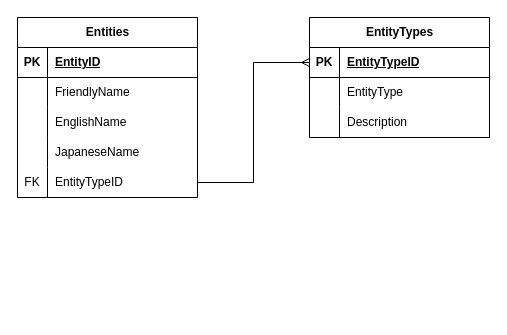
Earlier version of the draw.io diagram Manufacturer_Database.drawio (benstanfish/Diagrams). Source tidied: cells renumbered, new cells numbered last; positions are measured from the earlier drawing's top-left corner, leaving out a move shared by most shapes. Both pictures are drawn from the tidied source at 100%, with x=0, y=0 at pixel (17, 17).
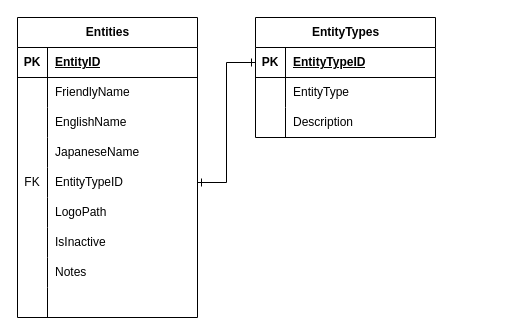
The same page after the edit.

The change refers to these unchanged cells:
```xml
<mxCell id="15" style="shape=tableRow;horizontal=0;startSize=0;swimlaneHead=0;swimlaneBody=0;fillColor=none;points=[[0,0.5],[1,0.5]];portConstraint=eastwest;top=0;left=0;right=0;bottom=0;" parent="2" vertex="1">
  <mxGeometry y="150" width="180" height="30" as="geometry" />
</mxCell>
<mxCell id="19" style="shape=tableRow;horizontal=0;startSize=0;swimlaneHead=0;swimlaneBody=0;fillColor=none;points=[[0,0.5],[1,0.5]];portConstraint=eastwest;top=0;left=0;right=0;bottom=1;strokeColor=default;align=center;verticalAlign=middle;fontFamily=Helvetica;fontSize=12;fontColor=default;fontStyle=1;" parent="18" vertex="1">
  <mxGeometry y="30" width="180" height="30" as="geometry" />
</mxCell>
```

The edit, as a diff of the source:
```diff
@@
     <mxCell id="2" value="Entities" style="shape=table;startSize=30;childLayout=tableLayout;rowLines=0;fontStyle=1;align=center;html=1;rounded=0;swimlaneLine=1;shadow=0;" parent="1" vertex="1">
-      <mxGeometry width="180" height="180" as="geometry" />
+      <mxGeometry width="180" height="300" as="geometry" />
     </mxCell>
@@
+    <mxCell id="29" style="shape=tableRow;horizontal=0;startSize=0;swimlaneHead=0;swimlaneBody=0;fillColor=none;top=0;left=0;right=0;bottom=0;" parent="2" vertex="1">
+      <mxGeometry y="180" width="180" height="30" as="geometry" />
+    </mxCell>
+    <mxCell id="30" style="shape=partialRectangle;fillColor=none;top=0;left=0;bottom=0;right=0;overflow=hidden;whiteSpace=wrap;html=1;" parent="29" vertex="1">
+      <mxGeometry width="30" height="30" as="geometry" />
+    </mxCell>
+    <mxCell id="31" value="LogoPath" style="shape=partialRectangle;fillColor=none;top=0;left=0;bottom=0;right=0;align=left;spacingLeft=6;overflow=hidden;whiteSpace=wrap;html=1;" parent="29" vertex="1">
+      <mxGeometry x="30" width="150" height="30" as="geometry" />
+    </mxCell>
+    <mxCell id="32" style="shape=tableRow;horizontal=0;startSize=0;swimlaneHead=0;swimlaneBody=0;fillColor=none;top=0;left=0;right=0;bottom=0;" parent="2" vertex="1">
+      <mxGeometry y="210" width="180" height="30" as="geometry" />
+    </mxCell>
+    <mxCell id="33" style="shape=partialRectangle;fillColor=none;top=0;left=0;bottom=0;right=0;overflow=hidden;whiteSpace=wrap;html=1;" parent="32" vertex="1">
+      <mxGeometry width="30" height="30" as="geometry" />
+    </mxCell>
+    <mxCell id="34" value="IsInactive" style="shape=partialRectangle;fillColor=none;top=0;left=0;bottom=0;right=0;align=left;spacingLeft=6;overflow=hidden;whiteSpace=wrap;html=1;" parent="32" vertex="1">
+      <mxGeometry x="30" width="150" height="30" as="geometry" />
+    </mxCell>
+    <mxCell id="35" style="shape=tableRow;horizontal=0;startSize=0;swimlaneHead=0;swimlaneBody=0;fillColor=none;top=0;left=0;right=0;bottom=0;" parent="2" vertex="1">
+      <mxGeometry y="240" width="180" height="30" as="geometry" />
+    </mxCell>
+    <mxCell id="36" style="shape=partialRectangle;fillColor=none;top=0;left=0;bottom=0;right=0;overflow=hidden;whiteSpace=wrap;html=1;" parent="35" vertex="1">
+      <mxGeometry width="30" height="30" as="geometry" />
+    </mxCell>
+    <mxCell id="37" value="Notes" style="shape=partialRectangle;fillColor=none;top=0;left=0;bottom=0;right=0;align=left;spacingLeft=6;overflow=hidden;whiteSpace=wrap;html=1;" parent="35" vertex="1">
+      <mxGeometry x="30" width="150" height="30" as="geometry" />
+    </mxCell>
+    <mxCell id="38" style="shape=tableRow;horizontal=0;startSize=0;swimlaneHead=0;swimlaneBody=0;fillColor=none;top=0;left=0;right=0;bottom=0;" parent="2" vertex="1">
+      <mxGeometry y="270" width="180" height="30" as="geometry" />
+    </mxCell>
+    <mxCell id="39" style="shape=partialRectangle;fillColor=none;top=0;left=0;bottom=0;right=0;overflow=hidden;whiteSpace=wrap;html=1;" parent="38" vertex="1">
+      <mxGeometry width="30" height="30" as="geometry" />
+    </mxCell>
+    <mxCell id="40" style="shape=partialRectangle;fillColor=none;top=0;left=0;bottom=0;right=0;align=left;spacingLeft=6;overflow=hidden;whiteSpace=wrap;html=1;" parent="38" vertex="1">
+      <mxGeometry x="30" width="150" height="30" as="geometry" />
+    </mxCell>
     <mxCell id="18" value="EntityTypes" style="shape=table;startSize=30;childLayout=tableLayout;rowLines=0;fontStyle=1;align=center;html=1;strokeColor=default;verticalAlign=middle;fontFamily=Helvetica;fontSize=12;fontColor=default;fillColor=default;" parent="1" vertex="1">
-      <mxGeometry x="292" width="180" height="120" as="geometry" />
+      <mxGeometry x="238" width="180" height="120" as="geometry" />
     </mxCell>
@@
-    <mxCell id="28" style="edgeStyle=orthogonalEdgeStyle;rounded=0;jettySize=auto;html=1;entryX=0;entryY=0.5;entryDx=0;entryDy=0;fontFamily=Helvetica;fontSize=12;fontColor=default;fontStyle=1;endArrow=ERmany;endFill=0;" parent="1" edge="1" source="15" target="19">
+    <mxCell id="28" style="edgeStyle=orthogonalEdgeStyle;rounded=0;jettySize=auto;html=1;entryX=0;entryY=0.5;entryDx=0;entryDy=0;fontFamily=Helvetica;fontSize=12;fontColor=default;fontStyle=1;endArrow=ERone;endFill=0;startArrow=ERone;startFill=0;" parent="1" edge="1" source="15" target="19">
       <mxGeometry relative="1" as="geometry" />
     </mxCell>
```
